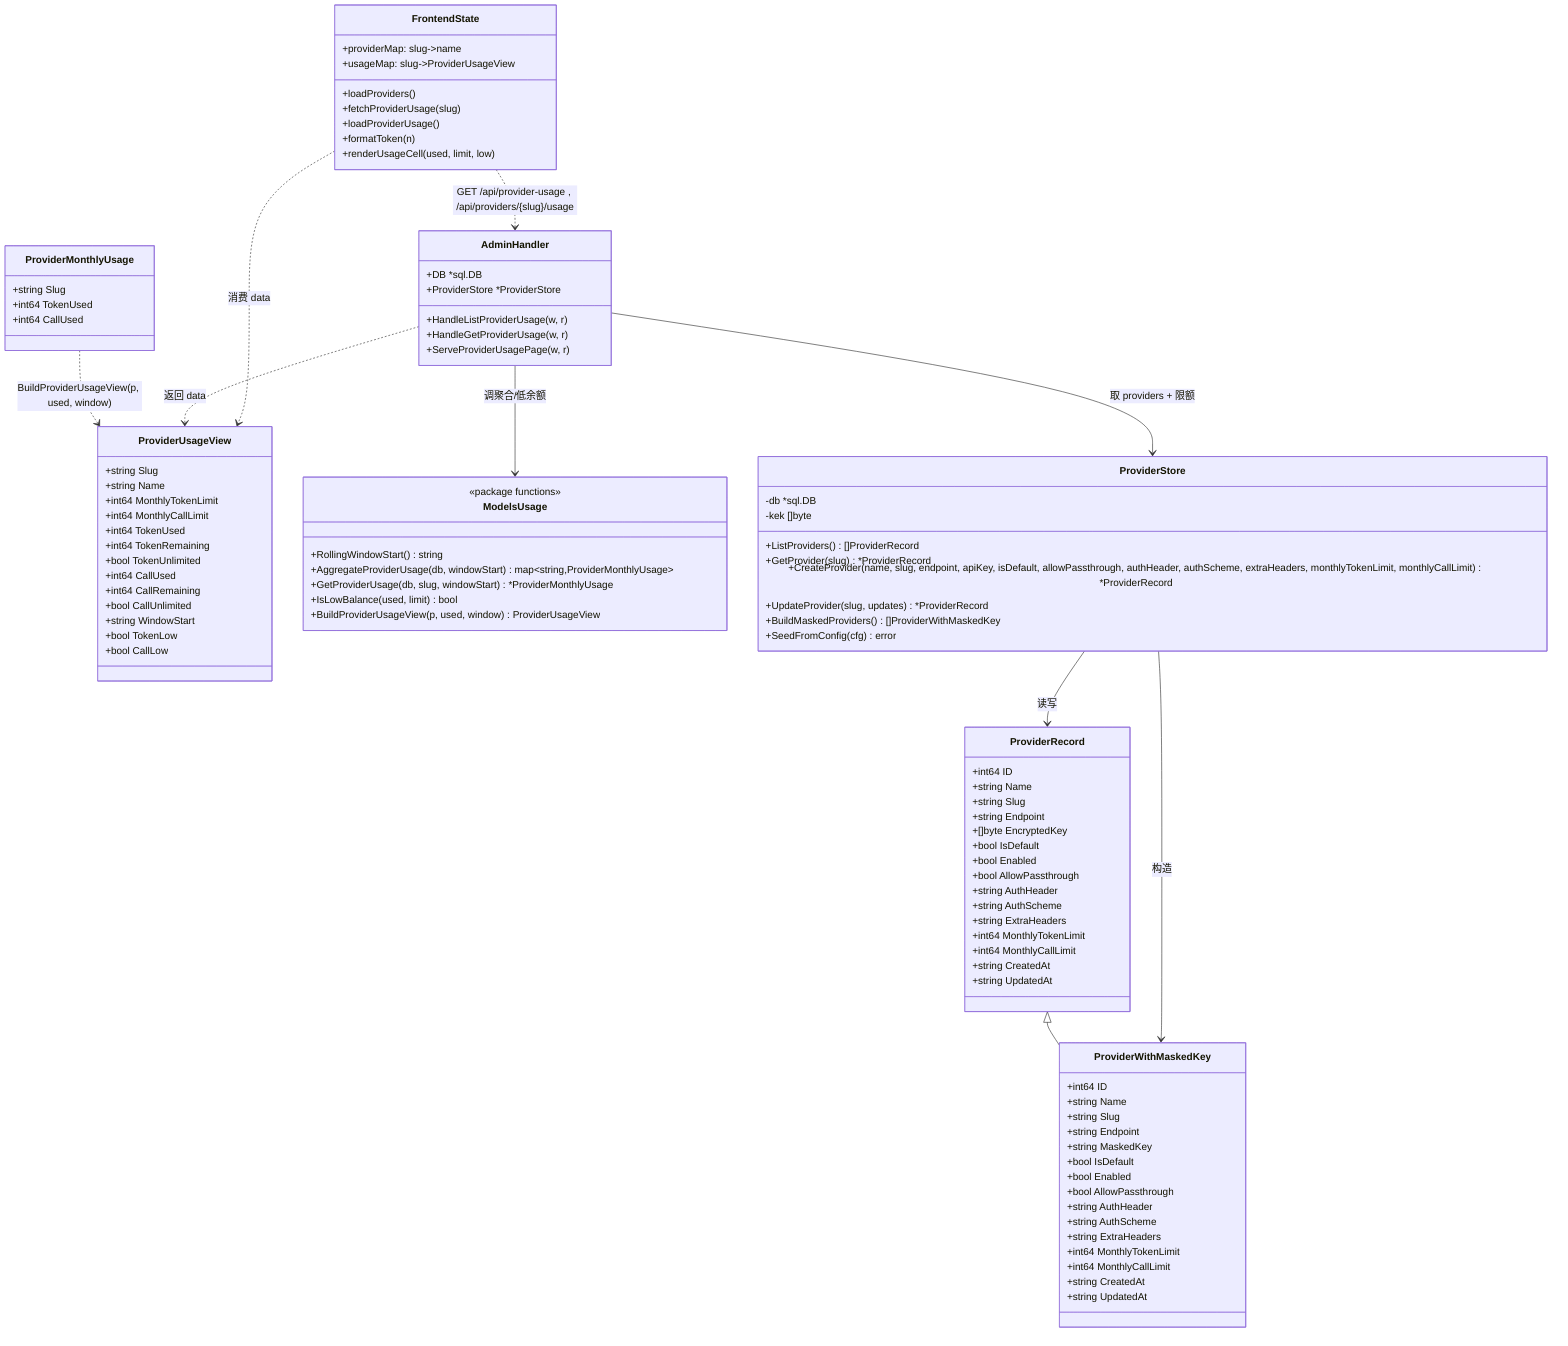
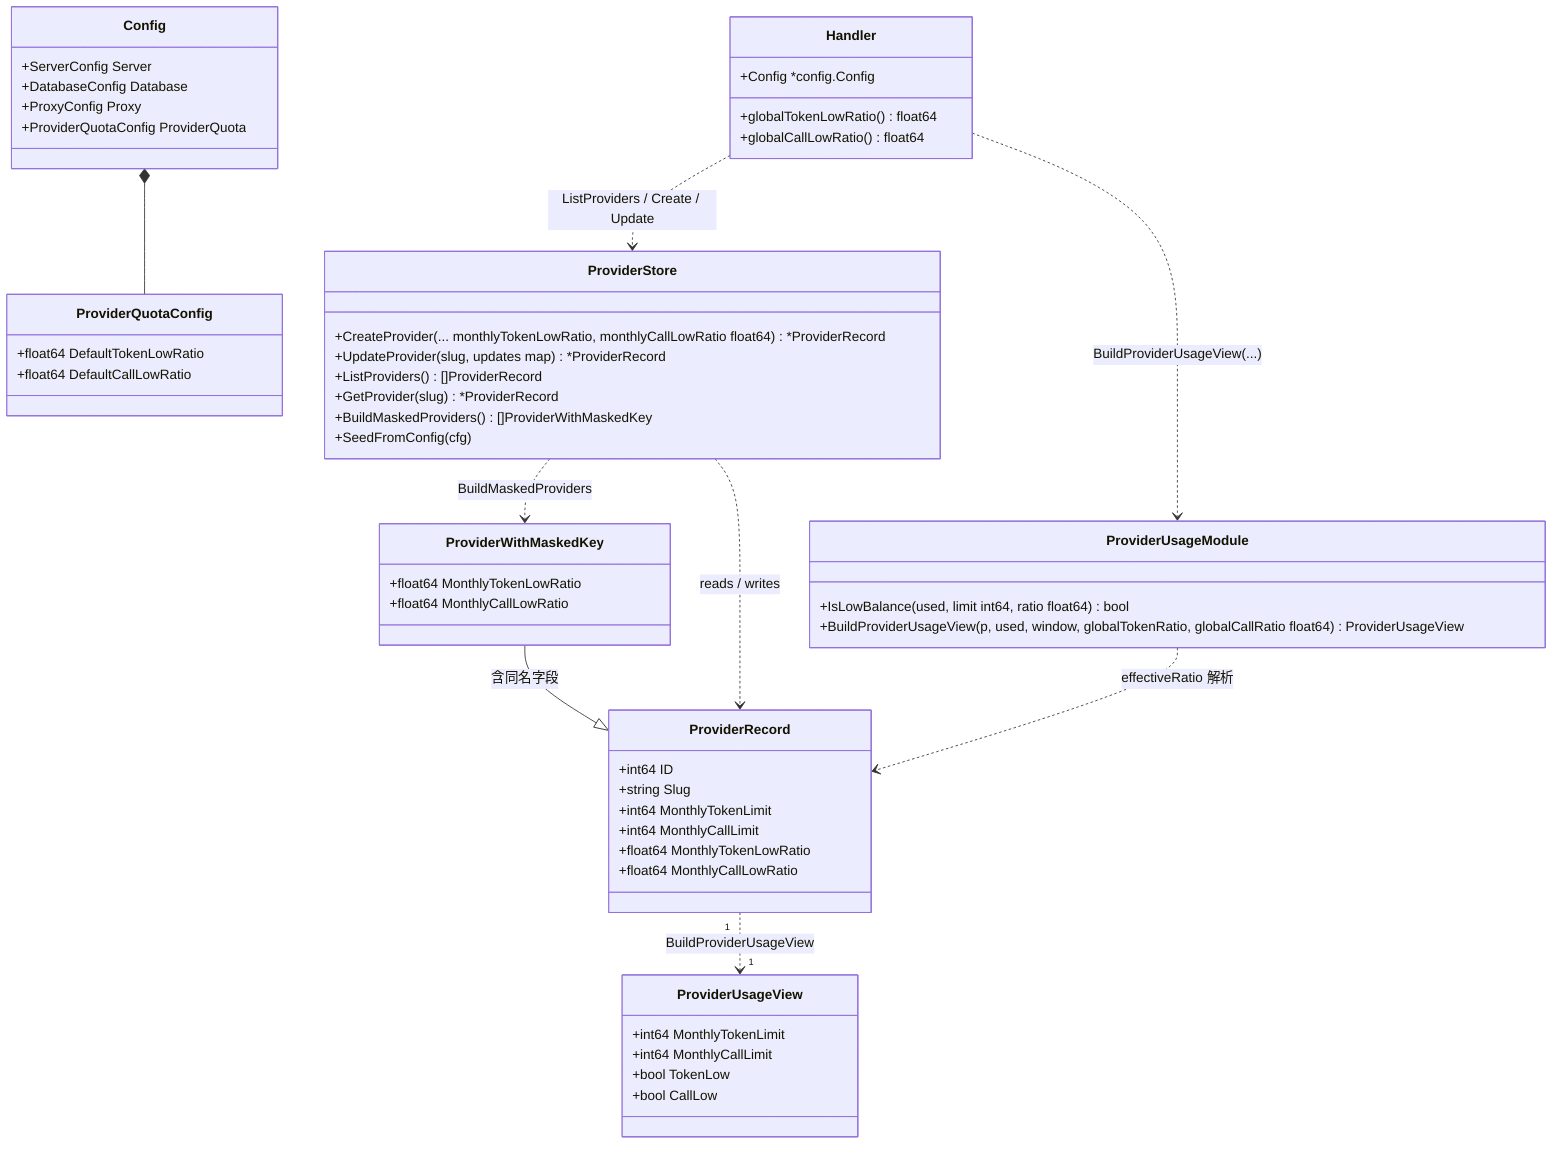
classDiagram
-     %% ===== 数据模型层 (internal/models) =====
+     class Config {
+         +ServerConfig Server
+         +DatabaseConfig Database
+         +ProxyConfig Proxy
+         +ProviderQuotaConfig ProviderQuota
+     }
+     class ProviderQuotaConfig {
+         +float64 DefaultTokenLowRatio
+         +float64 DefaultCallLowRatio
+     }
    class ProviderRecord {
        +int64 ID
-         +string Name
        +string Slug
-         +string Endpoint
-         +[]byte EncryptedKey
-         +bool IsDefault
-         +bool Enabled
-         +bool AllowPassthrough
-         +string AuthHeader
-         +string AuthScheme
-         +string ExtraHeaders
        +int64 MonthlyTokenLimit
        +int64 MonthlyCallLimit
-         +string CreatedAt
-         +string UpdatedAt
+         +float64 MonthlyTokenLowRatio
+         +float64 MonthlyCallLowRatio
    }
- 
    class ProviderWithMaskedKey {
-         +int64 ID
-         +string Name
-         +string Slug
-         +string Endpoint
-         +string MaskedKey
-         +bool IsDefault
-         +bool Enabled
-         +bool AllowPassthrough
-         +string AuthHeader
-         +string AuthScheme
-         +string ExtraHeaders
+         +float64 MonthlyTokenLowRatio
+         +float64 MonthlyCallLowRatio
+     }
+     class ProviderUsageView {
        +int64 MonthlyTokenLimit
        +int64 MonthlyCallLimit
-         +string CreatedAt
-         +string UpdatedAt
-     }
-     ProviderRecord <|-- ProviderWithMaskedKey
- 
-     class ProviderMonthlyUsage {
-         +string Slug
-         +int64 TokenUsed
-         +int64 CallUsed
-     }
- 
-     class ProviderUsageView {
-         +string Slug
-         +string Name
-         +int64 MonthlyTokenLimit
-         +int64 MonthlyCallLimit
-         +int64 TokenUsed
-         +int64 TokenRemaining
-         +bool TokenUnlimited
-         +int64 CallUsed
-         +int64 CallRemaining
-         +bool CallUnlimited
-         +string WindowStart
        +bool TokenLow
        +bool CallLow
    }
-     ProviderMonthlyUsage ..> ProviderUsageView : BuildProviderUsageView(p, used, window)
- 
-     class ModelsUsage {
-         <<package functions>>
-         +RollingWindowStart() string
-         +AggregateProviderUsage(db, windowStart) map~string,ProviderMonthlyUsage~
-         +GetProviderUsage(db, slug, windowStart) *ProviderMonthlyUsage
-         +IsLowBalance(used, limit) bool
-         +BuildProviderUsageView(p, used, window) ProviderUsageView
+     class ProviderStore {
+         +CreateProvider(... monthlyTokenLowRatio, monthlyCallLowRatio float64) *ProviderRecord
+         +UpdateProvider(slug, updates map) *ProviderRecord
+         +ListProviders() []ProviderRecord
+         +GetProvider(slug) *ProviderRecord
+         +BuildMaskedProviders() []ProviderWithMaskedKey
+         +SeedFromConfig(cfg)
+     }
+     class ProviderUsageModule {
+         +IsLowBalance(used, limit int64, ratio float64) bool
+         +BuildProviderUsageView(p, used, window, globalTokenRatio, globalCallRatio float64) ProviderUsageView
+     }
+     class Handler {
+         +Config *config.Config
+         +globalTokenLowRatio() float64
+         +globalCallLowRatio() float64
    }

-     %% ===== 存储层 (internal/provider) =====
-     class ProviderStore {
-         -db *sql.DB
-         -kek []byte
-         +ListProviders() []ProviderRecord
-         +GetProvider(slug) *ProviderRecord
-         +CreateProvider(name, slug, endpoint, apiKey, isDefault, allowPassthrough, authHeader, authScheme, extraHeaders, monthlyTokenLimit, monthlyCallLimit) *ProviderRecord
-         +UpdateProvider(slug, updates) *ProviderRecord
-         +BuildMaskedProviders() []ProviderWithMaskedKey
-         +SeedFromConfig(cfg) error
-     }
-     ProviderStore --> ProviderRecord : 读写
-     ProviderStore --> ProviderWithMaskedKey : 构造
- 
-     %% ===== 后端 API 层 (internal/admin) =====
-     class AdminHandler {
-         +DB *sql.DB
-         +ProviderStore *ProviderStore
-         +HandleListProviderUsage(w, r)
-         +HandleGetProviderUsage(w, r)
-         +ServeProviderUsagePage(w, r)
-     }
-     AdminHandler --> ProviderStore : 取 providers + 限额
-     AdminHandler --> ModelsUsage : 调聚合/低余额
-     AdminHandler ..> ProviderUsageView : 返回 data
- 
-     %% ===== 前端 (web/admin) =====
-     class FrontendState {
-         +providerMap: slug->name
-         +usageMap: slug->ProviderUsageView
-         +loadProviders()
-         +fetchProviderUsage(slug)
-         +loadProviderUsage()
-         +formatToken(n)
-         +renderUsageCell(used, limit, low)
-     }
-     FrontendState ..> ProviderUsageView : 消费 data
-     FrontendState ..> AdminHandler : GET /api/provider-usage , /api/providers/{slug}/usage
+     Config *-- ProviderQuotaConfig
+     ProviderRecord "1" ..> "1" ProviderUsageView : BuildProviderUsageView
+     ProviderWithMaskedKey --|> ProviderRecord : 含同名字段
+     ProviderStore ..> ProviderRecord : reads / writes
+     ProviderStore ..> ProviderWithMaskedKey : BuildMaskedProviders
+     Handler ..> ProviderStore : ListProviders / Create / Update
+     Handler ..> ProviderUsageModule : BuildProviderUsageView(...)
+     ProviderUsageModule ..> ProviderRecord : effectiveRatio 解析
